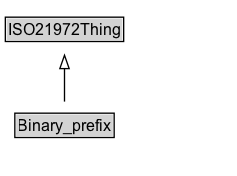
ISO-TC204/ontology-i72-v1 keeps this Graphviz diagram as docs/diagrams/Binary_prefix.dot.png. Above is the earlier version. Its source is kept beside it as docs/diagrams/Binary_prefix.dot. Its diagram source:
```dot
digraph {
	graph [overlap=false rankdir=TB splines=true]
	node [fontname=Arial fontsize=12 margin=0 shape=none]
	edge [fontname=Arial fontsize=11]
	{
		rank=max
		Binary_prefix [label=<<TABLE BORDER="1" CELLBORDER="0" CELLSPACING="0" CELLPADDING="1"><TR><TD BGCOLOR="lightgray" ALIGN="CENTER" PORT="e">Binary_prefix</TD></TR></TABLE>> URL="../Binary_prefix.md" margin=0]
	}
	subgraph cluster_associated {
		label="" style=invis
		Invis [label=<<TABLE BORDER="0" CELLBORDER="0" CELLSPACING="0" CELLPADDING="1"><TR><TD></TD></TR></TABLE>> margin=0 style=invis]
	}
	ISO21972Thing [label=<<TABLE BORDER="1" CELLBORDER="0" CELLSPACING="0" CELLPADDING="1"><TR><TD BGCOLOR="lightgray" ALIGN="CENTER">ISO21972Thing</TD></TR></TABLE>> URL="../ISO21972Thing.md" margin=0]
	Binary_prefix -> ISO21972Thing [arrowhead=onormal style=solid]
}
```
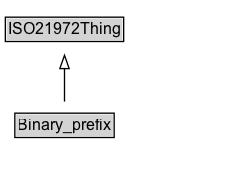
The same diagram one commit later.

Change to the diagram source:
```diff
@@ -3,13 +3,16 @@
 	node [fontname=Arial fontsize=12 margin=0 shape=none]
 	edge [fontname=Arial fontsize=11]
 	{
+		rank=source
+		ISO21972Thing [label=<<TABLE BORDER="1" CELLBORDER="0" CELLSPACING="0" CELLPADDING="1"><TR><TD BGCOLOR="lightgray" ALIGN="CENTER">ISO21972Thing</TD></TR></TABLE>> URL="../ISO21972Thing" margin=0]
+	}
+	Binary_prefix [label=<<TABLE BORDER="1" CELLBORDER="0" CELLSPACING="0" CELLPADDING="1"><TR><TD BGCOLOR="lightgray" ALIGN="CENTER">Binary_prefix</TD></TR></TABLE>> URL="../Binary_prefix" margin=0]
+	{
 		rank=max
-		Binary_prefix [label=<<TABLE BORDER="1" CELLBORDER="0" CELLSPACING="0" CELLPADDING="1"><TR><TD BGCOLOR="lightgray" ALIGN="CENTER" PORT="e">Binary_prefix</TD></TR></TABLE>> URL="../Binary_prefix.md" margin=0]
 	}
 	subgraph cluster_associated {
 		label="" style=invis
 		Invis [label=<<TABLE BORDER="0" CELLBORDER="0" CELLSPACING="0" CELLPADDING="1"><TR><TD></TD></TR></TABLE>> margin=0 style=invis]
 	}
-	ISO21972Thing [label=<<TABLE BORDER="1" CELLBORDER="0" CELLSPACING="0" CELLPADDING="1"><TR><TD BGCOLOR="lightgray" ALIGN="CENTER">ISO21972Thing</TD></TR></TABLE>> URL="../ISO21972Thing.md" margin=0]
 	Binary_prefix -> ISO21972Thing [arrowhead=onormal style=solid]
 }
```
